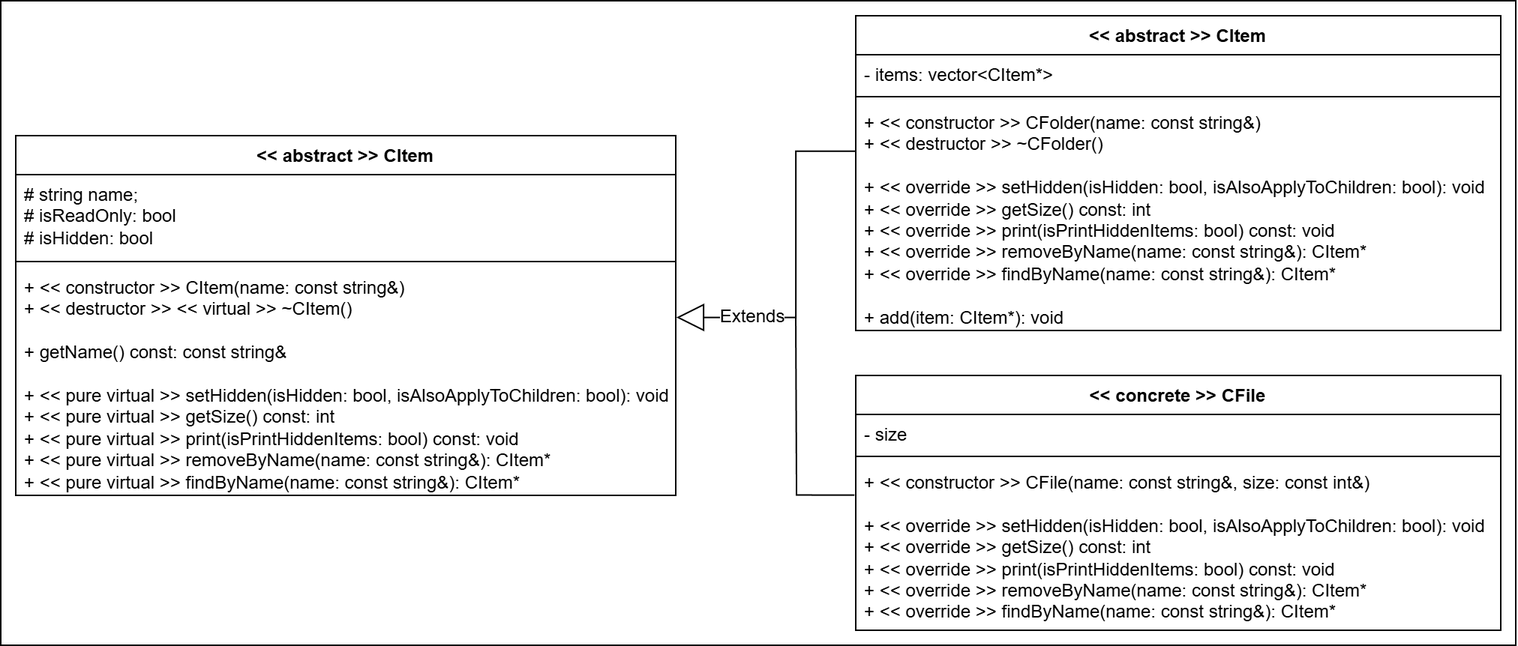
Earlier version of the draw.io export W08-Composite/ClassDiagram.png (Hacdess/OOP_HCMUS). Source tidied: cells renumbered, new cells last; positions are measured from the earlier drawing's top-left corner, leaving out a move shared by most shapes.
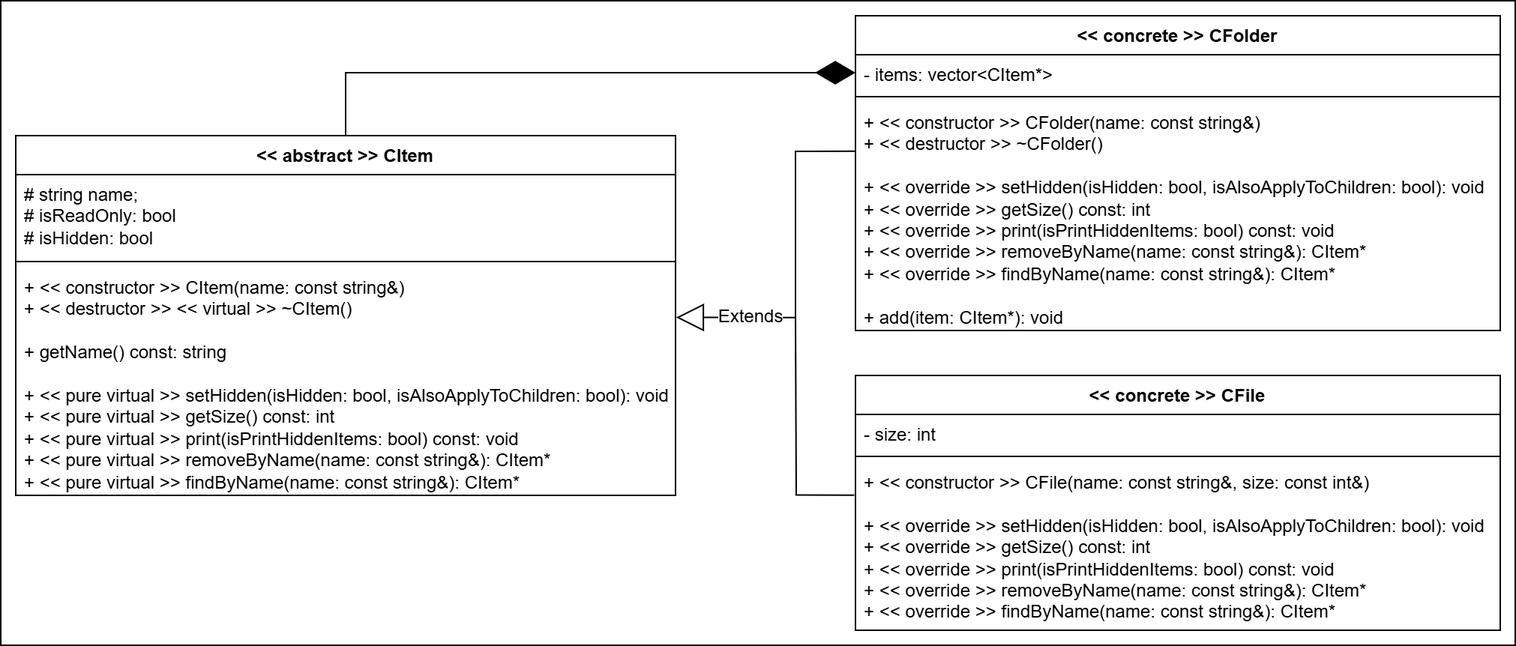
The same file after the commit.

The edit, as a diff of the source:
```diff
@@ -14,13 +14,13 @@
     <mxCell id="5" style="line;strokeWidth=1;fillColor=none;align=left;verticalAlign=middle;spacingTop=-1;spacingLeft=3;spacingRight=3;labelPosition=right;strokeColor=inherit;" parent="3" vertex="1">
       <mxGeometry y="80" width="440" height="8" as="geometry" />
     </mxCell>
-    <mxCell id="6" value="&lt;div&gt;+ &amp;lt;&amp;lt; constructor &amp;gt;&amp;gt; CItem(name:&amp;nbsp;&lt;span style=&quot;background-color: initial;&quot;&gt;const string&amp;amp;&lt;/span&gt;&lt;span style=&quot;background-color: initial;&quot;&gt;)&lt;/span&gt;&lt;/div&gt;&lt;div&gt;+ &amp;lt;&amp;lt; destructor &amp;gt;&amp;gt; &amp;lt;&amp;lt; virtual &amp;gt;&amp;gt; ~CItem()&lt;/div&gt;&lt;div&gt;&lt;br&gt;&lt;/div&gt;&lt;div&gt;+ getName() const:&amp;nbsp;&lt;span style=&quot;background-color: initial;&quot;&gt;const string&amp;amp;&lt;/span&gt;&lt;/div&gt;&lt;div&gt;&amp;nbsp; &amp;nbsp;&amp;nbsp;&lt;/div&gt;&lt;div&gt;+ &amp;lt;&amp;lt; pure virtual &amp;gt;&amp;gt; setHidden(isHidden: bool, isAlsoApplyToChildren: bool): void&lt;/div&gt;&lt;div&gt;&lt;span style=&quot;background-color: initial;&quot;&gt;+ &amp;lt;&amp;lt; pure virtual &amp;gt;&amp;gt;&amp;nbsp;&lt;/span&gt;getSize() const: int&lt;/div&gt;&lt;div&gt;&lt;span style=&quot;background-color: initial;&quot;&gt;+ &amp;lt;&amp;lt; pure virtual &amp;gt;&amp;gt;&amp;nbsp;&lt;/span&gt;print(isPrintHiddenItems: bool) const: void&lt;/div&gt;&lt;div&gt;&lt;span style=&quot;background-color: initial;&quot;&gt;+ &amp;lt;&amp;lt; pure virtual &amp;gt;&amp;gt;&amp;nbsp;&lt;/span&gt;removeByName(name:&amp;nbsp;&lt;span style=&quot;background-color: initial;&quot;&gt;const string&amp;amp;&lt;/span&gt;&lt;span style=&quot;background-color: initial;&quot;&gt;):&amp;nbsp;&lt;/span&gt;&lt;span style=&quot;background-color: initial;&quot;&gt;CItem*&lt;/span&gt;&lt;span style=&quot;background-color: initial;&quot;&gt;&amp;nbsp;&lt;/span&gt;&lt;/div&gt;&lt;div&gt;&lt;span style=&quot;background-color: initial;&quot;&gt;+ &amp;lt;&amp;lt; pure virtual &amp;gt;&amp;gt;&amp;nbsp;&lt;/span&gt;findByName(name:&amp;nbsp;&lt;span style=&quot;background-color: initial;&quot;&gt;const string&amp;amp;&lt;/span&gt;&lt;span style=&quot;background-color: initial;&quot;&gt;):&amp;nbsp;&lt;/span&gt;&lt;span style=&quot;background-color: initial;&quot;&gt;CItem*&lt;/span&gt;&lt;span style=&quot;background-color: initial;&quot;&gt;&amp;nbsp;&lt;/span&gt;&lt;/div&gt;" style="text;strokeColor=none;fillColor=none;align=left;verticalAlign=top;spacingLeft=4;spacingRight=4;overflow=hidden;points=[[0,0.5],[1,0.5]];portConstraint=eastwest;whiteSpace=wrap;html=1;" parent="3" vertex="1">
+    <mxCell id="6" value="&lt;div&gt;+ &amp;lt;&amp;lt; constructor &amp;gt;&amp;gt; CItem(name:&amp;nbsp;&lt;span style=&quot;background-color: initial;&quot;&gt;const string&amp;amp;&lt;/span&gt;&lt;span style=&quot;background-color: initial;&quot;&gt;)&lt;/span&gt;&lt;/div&gt;&lt;div&gt;+ &amp;lt;&amp;lt; destructor &amp;gt;&amp;gt; &amp;lt;&amp;lt; virtual &amp;gt;&amp;gt; ~CItem()&lt;/div&gt;&lt;div&gt;&lt;br&gt;&lt;/div&gt;&lt;div&gt;+ getName() const:&amp;nbsp;&lt;span style=&quot;background-color: initial;&quot;&gt;string&lt;/span&gt;&lt;/div&gt;&lt;div&gt;&amp;nbsp; &amp;nbsp;&amp;nbsp;&lt;/div&gt;&lt;div&gt;+ &amp;lt;&amp;lt; pure virtual &amp;gt;&amp;gt; setHidden(isHidden: bool, isAlsoApplyToChildren: bool): void&lt;/div&gt;&lt;div&gt;&lt;span style=&quot;background-color: initial;&quot;&gt;+ &amp;lt;&amp;lt; pure virtual &amp;gt;&amp;gt;&amp;nbsp;&lt;/span&gt;getSize() const: int&lt;/div&gt;&lt;div&gt;&lt;span style=&quot;background-color: initial;&quot;&gt;+ &amp;lt;&amp;lt; pure virtual &amp;gt;&amp;gt;&amp;nbsp;&lt;/span&gt;print(isPrintHiddenItems: bool) const: void&lt;/div&gt;&lt;div&gt;&lt;span style=&quot;background-color: initial;&quot;&gt;+ &amp;lt;&amp;lt; pure virtual &amp;gt;&amp;gt;&amp;nbsp;&lt;/span&gt;removeByName(name:&amp;nbsp;&lt;span style=&quot;background-color: initial;&quot;&gt;const string&amp;amp;&lt;/span&gt;&lt;span style=&quot;background-color: initial;&quot;&gt;):&amp;nbsp;&lt;/span&gt;&lt;span style=&quot;background-color: initial;&quot;&gt;CItem*&lt;/span&gt;&lt;span style=&quot;background-color: initial;&quot;&gt;&amp;nbsp;&lt;/span&gt;&lt;/div&gt;&lt;div&gt;&lt;span style=&quot;background-color: initial;&quot;&gt;+ &amp;lt;&amp;lt; pure virtual &amp;gt;&amp;gt;&amp;nbsp;&lt;/span&gt;findByName(name:&amp;nbsp;&lt;span style=&quot;background-color: initial;&quot;&gt;const string&amp;amp;&lt;/span&gt;&lt;span style=&quot;background-color: initial;&quot;&gt;):&amp;nbsp;&lt;/span&gt;&lt;span style=&quot;background-color: initial;&quot;&gt;CItem*&lt;/span&gt;&lt;span style=&quot;background-color: initial;&quot;&gt;&amp;nbsp;&lt;/span&gt;&lt;/div&gt;" style="text;strokeColor=none;fillColor=none;align=left;verticalAlign=top;spacingLeft=4;spacingRight=4;overflow=hidden;points=[[0,0.5],[1,0.5]];portConstraint=eastwest;whiteSpace=wrap;html=1;" parent="3" vertex="1">
       <mxGeometry y="88" width="440" height="152" as="geometry" />
     </mxCell>
     <mxCell id="7" value="&amp;lt;&amp;lt; concrete &amp;gt;&amp;gt; CFile" style="swimlane;fontStyle=1;align=center;verticalAlign=top;horizontal=1;startSize=26;whiteSpace=wrap;html=1;" parent="1" vertex="1">
       <mxGeometry x="570" y="250" width="430" height="170" as="geometry" />
     </mxCell>
-    <mxCell id="8" value="- size" style="text;strokeColor=none;fillColor=none;align=left;verticalAlign=top;spacingLeft=4;spacingRight=4;overflow=hidden;whiteSpace=wrap;html=1;" parent="7" vertex="1">
+    <mxCell id="8" value="- size: int" style="text;strokeColor=none;fillColor=none;align=left;verticalAlign=top;spacingLeft=4;spacingRight=4;overflow=hidden;whiteSpace=wrap;html=1;" parent="7" vertex="1">
       <mxGeometry y="26" width="430" height="24" as="geometry" />
     </mxCell>
     <mxCell id="9" style="line;strokeWidth=1;fillColor=none;align=left;verticalAlign=middle;spacingTop=-1;spacingLeft=3;spacingRight=3;labelPosition=right;strokeColor=inherit;" parent="7" vertex="1">
@@ -29,7 +29,7 @@
     <mxCell id="10" value="&lt;div&gt;+ &amp;lt;&amp;lt; constructor &amp;gt;&amp;gt; CFile(name:&amp;nbsp;&lt;span style=&quot;background-color: initial;&quot;&gt;const string&amp;amp;, size: const int&amp;amp;&lt;/span&gt;&lt;span style=&quot;background-color: initial;&quot;&gt;)&lt;/span&gt;&lt;/div&gt;&lt;div&gt;&lt;span style=&quot;background-color: initial;&quot;&gt;&amp;nbsp; &amp;nbsp;&amp;nbsp;&lt;/span&gt;&lt;/div&gt;&lt;div&gt;+ &amp;lt;&amp;lt; override &amp;gt;&amp;gt; setHidden(isHidden: bool, isAlsoApplyToChildren: bool): void&lt;/div&gt;&lt;div&gt;&lt;span style=&quot;background-color: initial;&quot;&gt;+ &amp;lt;&amp;lt;&amp;nbsp;&lt;/span&gt;&lt;span style=&quot;background-color: initial;&quot;&gt;override&lt;/span&gt;&lt;span style=&quot;background-color: initial;&quot;&gt;&amp;nbsp;&lt;/span&gt;&lt;span style=&quot;background-color: initial;&quot;&gt;&amp;gt;&amp;gt;&amp;nbsp;&lt;/span&gt;&lt;span style=&quot;background-color: initial;&quot;&gt;getSize() const: int&lt;/span&gt;&lt;/div&gt;&lt;div&gt;&lt;span style=&quot;background-color: initial;&quot;&gt;+ &amp;lt;&amp;lt;&amp;nbsp;&lt;/span&gt;&lt;span style=&quot;background-color: initial;&quot;&gt;override&lt;/span&gt;&lt;span style=&quot;background-color: initial;&quot;&gt;&amp;nbsp;&lt;/span&gt;&lt;span style=&quot;background-color: initial;&quot;&gt;&amp;gt;&amp;gt;&amp;nbsp;&lt;/span&gt;&lt;span style=&quot;background-color: initial;&quot;&gt;print(isPrintHiddenItems: bool) const: void&lt;/span&gt;&lt;/div&gt;&lt;div&gt;&lt;span style=&quot;background-color: initial;&quot;&gt;+ &amp;lt;&amp;lt;&amp;nbsp;&lt;/span&gt;&lt;span style=&quot;background-color: initial;&quot;&gt;override&lt;/span&gt;&lt;span style=&quot;background-color: initial;&quot;&gt;&amp;nbsp;&lt;/span&gt;&lt;span style=&quot;background-color: initial;&quot;&gt;&amp;gt;&amp;gt;&amp;nbsp;&lt;/span&gt;&lt;span style=&quot;background-color: initial;&quot;&gt;removeByName(name:&amp;nbsp;&lt;/span&gt;&lt;span style=&quot;background-color: initial;&quot;&gt;const string&amp;amp;&lt;/span&gt;&lt;span style=&quot;background-color: initial;&quot;&gt;):&amp;nbsp;&lt;/span&gt;&lt;span style=&quot;background-color: initial;&quot;&gt;CItem*&lt;/span&gt;&lt;span style=&quot;background-color: initial;&quot;&gt;&amp;nbsp;&lt;/span&gt;&lt;/div&gt;&lt;div&gt;&lt;span style=&quot;background-color: initial;&quot;&gt;+ &amp;lt;&amp;lt;&amp;nbsp;&lt;/span&gt;&lt;span style=&quot;background-color: initial;&quot;&gt;override&lt;/span&gt;&lt;span style=&quot;background-color: initial;&quot;&gt;&amp;nbsp;&lt;/span&gt;&lt;span style=&quot;background-color: initial;&quot;&gt;&amp;gt;&amp;gt;&amp;nbsp;&lt;/span&gt;&lt;span style=&quot;background-color: initial;&quot;&gt;findByName(name:&amp;nbsp;&lt;/span&gt;&lt;span style=&quot;background-color: initial;&quot;&gt;const string&amp;amp;&lt;/span&gt;&lt;span style=&quot;background-color: initial;&quot;&gt;):&amp;nbsp;&lt;/span&gt;&lt;span style=&quot;background-color: initial;&quot;&gt;CItem*&lt;/span&gt;&lt;span style=&quot;background-color: initial;&quot;&gt;&amp;nbsp;&lt;/span&gt;&lt;/div&gt;" style="text;strokeColor=none;fillColor=none;align=left;verticalAlign=top;spacingLeft=4;spacingRight=4;overflow=hidden;points=[[0,0.5],[1,0.5]];portConstraint=eastwest;whiteSpace=wrap;html=1;" parent="7" vertex="1">
       <mxGeometry y="58" width="430" height="112" as="geometry" />
     </mxCell>
-    <mxCell id="11" value="&amp;lt;&amp;lt; abstract &amp;gt;&amp;gt; CItem" style="swimlane;fontStyle=1;align=center;verticalAlign=top;horizontal=1;startSize=26;whiteSpace=wrap;html=1;" parent="1" vertex="1">
+    <mxCell id="11" value="&amp;lt;&amp;lt; concrete &amp;gt;&amp;gt; CFolder" style="swimlane;fontStyle=1;align=center;verticalAlign=top;horizontal=1;startSize=26;whiteSpace=wrap;html=1;" parent="1" vertex="1">
       <mxGeometry x="570" y="10" width="430" height="210" as="geometry" />
     </mxCell>
     <mxCell id="12" value="- items: vector&amp;lt;CItem*&amp;gt;" style="text;strokeColor=none;fillColor=none;align=left;verticalAlign=top;spacingLeft=4;spacingRight=4;overflow=hidden;points=[[0,0.5],[1,0.5]];portConstraint=eastwest;whiteSpace=wrap;html=1;" parent="11" vertex="1">
@@ -54,5 +54,8 @@
         <mxPoint x="530" y="210" as="sourcePoint" />
       </mxGeometry>
     </mxCell>
+    <mxCell id="17" style="endArrow=diamondThin;endFill=1;endSize=24;html=1;rounded=0;entryX=0;entryY=0.5;entryDx=0;entryDy=0;exitX=0.5;exitY=0;exitDx=0;exitDy=0;edgeStyle=orthogonalEdgeStyle;" parent="1" edge="1" source="3" target="12">
+      <mxGeometry relative="1" as="geometry" />
+    </mxCell>
   </root>
 </mxGraphModel>
```
